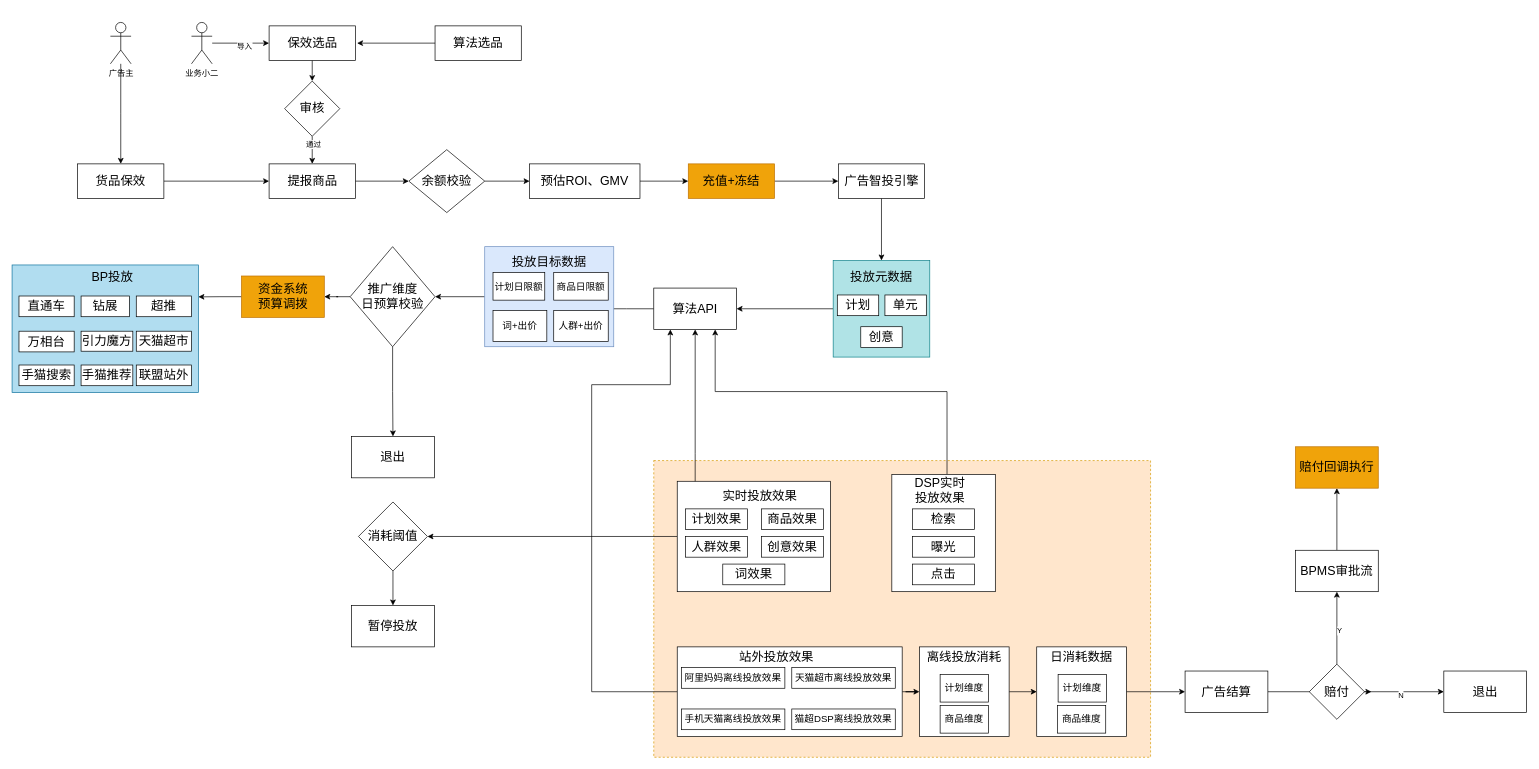
Earlier version of the draw.io diagram 货品保效.drawio (RuishanFang/notes). Source tidied: cells renumbered, new cells numbered last; positions are measured from the earlier drawing's top-left corner, leaving out a move shared by most shapes. Both pictures are drawn from the tidied source at 69%, with x=0, y=0 at pixel (12, 22).
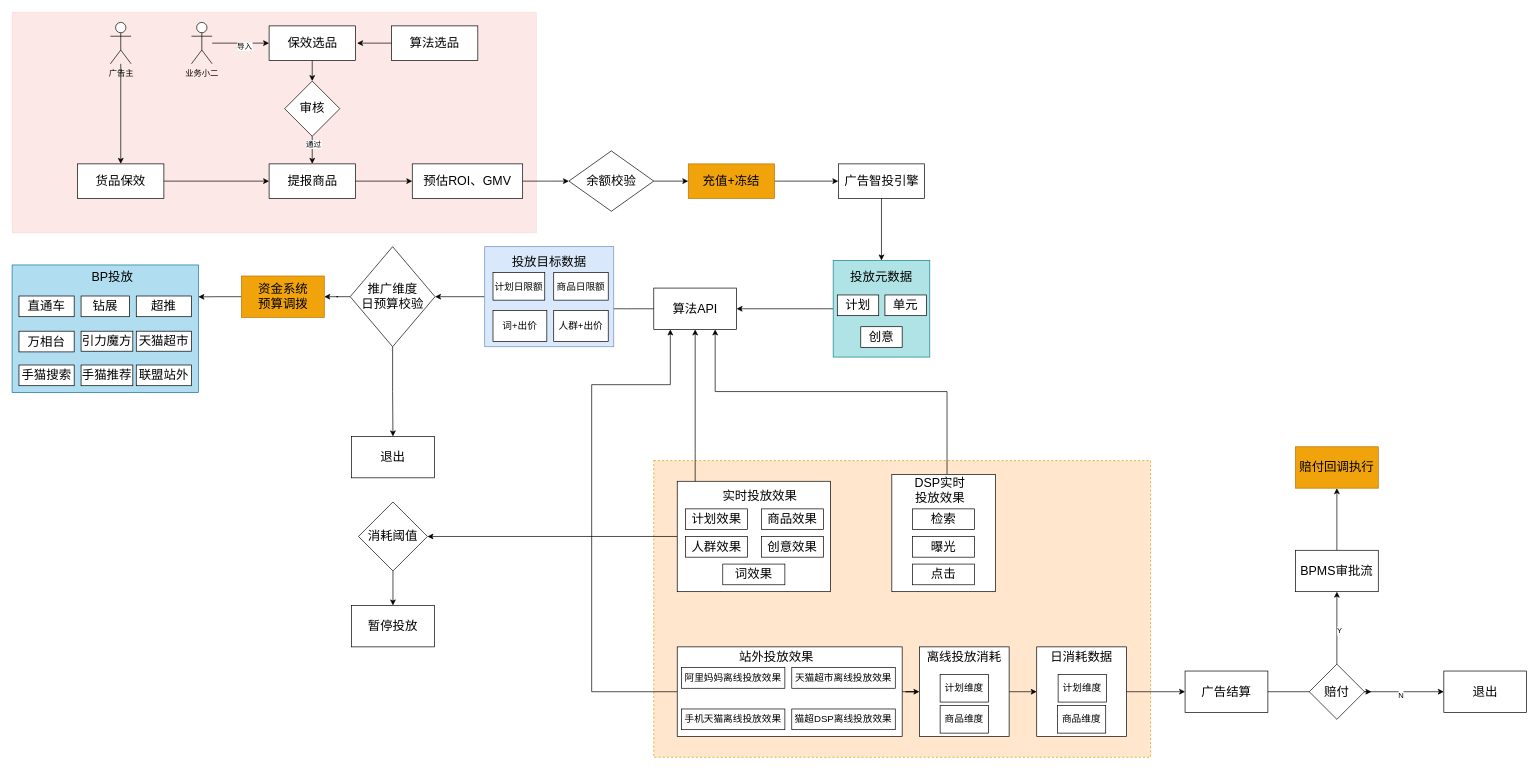
After the change.

Commit message (it also covers changes not shown here):
更新货品保效.drawio

The change refers to these unchanged cells:
```xml
<mxCell id="8" value="&lt;font style=&quot;font-size: 18px;&quot;&gt;提报商品&lt;/font&gt;" style="rounded=0;whiteSpace=wrap;html=1;" parent="1" vertex="1">
  <mxGeometry x="372.5" y="205" width="125" height="50" as="geometry" />
</mxCell>
<mxCell id="18" value="&lt;font style=&quot;font-size: 18px;&quot;&gt;充值+冻结&lt;/font&gt;" style="rounded=0;whiteSpace=wrap;html=1;fillColor=#f0a30a;fontColor=#000000;strokeColor=#BD7000;" parent="1" vertex="1">
  <mxGeometry x="980" y="205" width="125" height="50" as="geometry" />
</mxCell>
```

The edit, as a diff of the source:
```diff
@@
+    <mxCell id="106" style="rounded=0;whiteSpace=wrap;html=1;fillColor=#e3261c;strokeColor=#b85450;opacity=10;" parent="1" vertex="1">
+      <mxGeometry y="-15" width="760" height="320" as="geometry" />
+    </mxCell>
@@
-    <mxCell id="7" style="edgeStyle=orthogonalEdgeStyle;rounded=0;jettySize=auto;html=1;" parent="1" edge="1" source="8" target="16">
+    <mxCell id="7" style="edgeStyle=orthogonalEdgeStyle;rounded=0;jettySize=auto;html=1;entryX=0;entryY=0.5;entryDx=0;entryDy=0;" parent="1" edge="1" source="8" target="53">
       <mxGeometry relative="1" as="geometry" />
     </mxCell>
@@
-    <mxCell id="15" style="edgeStyle=orthogonalEdgeStyle;rounded=0;jettySize=auto;html=1;" parent="1" edge="1" source="16" target="53">
-      <mxGeometry relative="1" as="geometry" />
-    </mxCell>
-    <mxCell id="16" value="&lt;font style=&quot;font-size: 18px;&quot;&gt;余额校验&lt;/font&gt;" style="rhombus;whiteSpace=wrap;html=1;" parent="1" vertex="1">
-      <mxGeometry x="575" y="184.4" width="110" height="91.2" as="geometry" />
-    </mxCell>
@@
-    <mxCell id="52" style="edgeStyle=orthogonalEdgeStyle;rounded=0;jettySize=auto;html=1;" parent="1" edge="1" source="53" target="18">
-      <mxGeometry relative="1" as="geometry" />
-    </mxCell>
+    <mxCell id="107" style="edgeStyle=orthogonalEdgeStyle;rounded=0;jettySize=auto;html=1;" parent="1" edge="1" source="53" target="16">
+      <mxGeometry relative="1" as="geometry" />
+    </mxCell>
     <mxCell id="53" value="&lt;font style=&quot;font-size: 18px;&quot;&gt;预估ROI、GMV&lt;/font&gt;" style="rounded=0;whiteSpace=wrap;html=1;" parent="1" vertex="1">
-      <mxGeometry x="750" y="205" width="160" height="50" as="geometry" />
+      <mxGeometry x="580" y="205" width="160" height="50" as="geometry" />
     </mxCell>
@@
     <mxCell id="105" value="&lt;font style=&quot;font-size: 18px;&quot;&gt;算法选品&lt;/font&gt;" style="rounded=0;whiteSpace=wrap;html=1;" parent="1" vertex="1">
-      <mxGeometry x="613" y="5" width="125" height="50" as="geometry" />
+      <mxGeometry x="550" y="5" width="125" height="50" as="geometry" />
     </mxCell>
+    <mxCell id="108" style="edgeStyle=orthogonalEdgeStyle;rounded=0;jettySize=auto;html=1;" parent="1" edge="1" source="16" target="18">
+      <mxGeometry relative="1" as="geometry" />
+    </mxCell>
+    <mxCell id="16" value="&lt;span style=&quot;font-size: 18px;&quot;&gt;余额校验&lt;/span&gt;" style="rhombus;whiteSpace=wrap;html=1;" parent="1" vertex="1">
+      <mxGeometry x="807" y="186.2" width="123" height="87.5" as="geometry" />
+    </mxCell>
```
